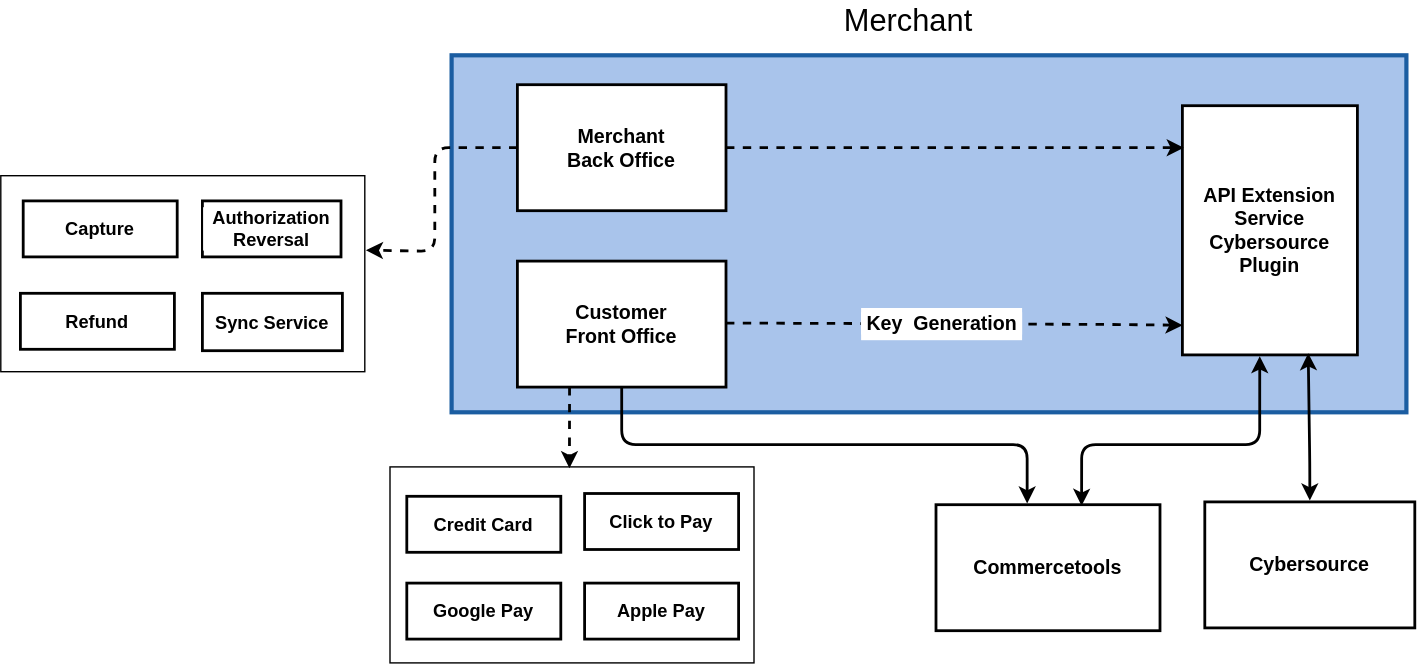
Earlier version of the draw.io export docs/images/High-Level-Architecture.svg (CyberSource/cybersource-plugins-commercetools). Source tidied: cells renumbered, new cells last; positions are measured from the earlier drawing's top-left corner, leaving out a move shared by most shapes. Its diagram source:
```xml
<mxGraphModel>
  <root>
    <mxCell id="0" />
    <mxCell id="1" parent="0" />
    <mxCell id="2" style="rounded=0;whiteSpace=wrap;html=1;fillColor=#A9C4EB;strokeColor=#1B5DA1;strokeWidth=3;" parent="1" vertex="1">
      <mxGeometry x="322" y="39" width="682" height="255" as="geometry" />
    </mxCell>
    <mxCell id="3" style="rounded=1;orthogonalLoop=1;jettySize=auto;html=1;exitX=1;exitY=0.5;exitDx=0;exitDy=0;entryX=0.001;entryY=0.885;entryDx=0;entryDy=0;dashed=1;strokeColor=#000000;strokeWidth=2;entryPerimeter=0;" parent="1" edge="1">
      <mxGeometry relative="1" as="geometry">
        <mxPoint x="518" y="230.2" as="sourcePoint" />
        <mxPoint x="844.1" y="231.8" as="targetPoint" />
        <Array as="points">
          <mxPoint x="789" y="231.2" />
        </Array>
      </mxGeometry>
    </mxCell>
    <mxCell id="4" value="&lt;font style=&quot;font-size: 14px ; background-color: rgb(255 , 255 , 255) ; line-height: 1.7&quot;&gt;&lt;b&gt;&amp;nbsp;Key&amp;nbsp; Generation&amp;nbsp;&lt;/b&gt;&lt;/font&gt;" style="edgeLabel;html=1;align=center;verticalAlign=middle;" parent="3" vertex="1">
      <mxGeometry x="-0.13" y="-2" relative="1" as="geometry">
        <mxPoint x="10" y="-2" as="offset" />
      </mxGeometry>
    </mxCell>
    <mxCell id="5" value="&lt;font style=&quot;font-size: 14px&quot;&gt;&lt;b&gt;Customer&lt;br&gt;Front Office&lt;/b&gt;&lt;/font&gt;" style="rounded=0;whiteSpace=wrap;html=1;strokeWidth=2;" parent="1" vertex="1">
      <mxGeometry x="369" y="186" width="149" height="90" as="geometry" />
    </mxCell>
    <mxCell id="6" value="&lt;span style=&quot;font-size: 14px&quot;&gt;&lt;b&gt;API &lt;font style=&quot;font-size: 14px&quot;&gt;Extension &lt;/font&gt;Service&lt;br&gt;Cybersource Plugin&lt;/b&gt;&lt;br&gt;&lt;/span&gt;" style="rounded=0;whiteSpace=wrap;html=1;strokeWidth=2;" parent="1" vertex="1">
      <mxGeometry x="844" y="75" width="125" height="178" as="geometry" />
    </mxCell>
    <mxCell id="7" style="edgeStyle=none;rounded=0;orthogonalLoop=1;jettySize=auto;html=1;exitX=1;exitY=0.5;exitDx=0;exitDy=0;dashed=1;fontSize=14;strokeColor=#000000;" parent="1" edge="1">
      <mxGeometry relative="1" as="geometry">
        <mxPoint x="712.9" y="441" as="sourcePoint" />
        <mxPoint x="712.9" y="441" as="targetPoint" />
      </mxGeometry>
    </mxCell>
    <mxCell id="8" style="rounded=0;whiteSpace=wrap;html=1;labelBackgroundColor=#FFFFFF;fontSize=14;" parent="1" vertex="1">
      <mxGeometry x="278" y="333" width="260" height="140" as="geometry" />
    </mxCell>
    <mxCell id="9" style="edgeStyle=orthogonalEdgeStyle;rounded=1;jumpStyle=arc;jumpSize=20;jettySize=auto;html=1;exitX=0.407;exitY=-0.01;exitDx=0;exitDy=0;fontSize=22;startArrow=classic;startFill=1;endArrow=none;endFill=0;strokeColor=#000000;strokeWidth=2;entryX=0.5;entryY=1;entryDx=0;entryDy=0;exitPerimeter=0;" parent="1" edge="1" source="10" target="5">
      <mxGeometry relative="1" as="geometry">
        <Array as="points">
          <mxPoint x="733" y="317" />
          <mxPoint x="444" y="317" />
        </Array>
      </mxGeometry>
    </mxCell>
    <mxCell id="10" value="&lt;font style=&quot;font-size: 14px&quot;&gt;&lt;b&gt;Commercetools&lt;/b&gt;&lt;/font&gt;" style="rounded=0;whiteSpace=wrap;html=1;labelBackgroundColor=#FFFFFF;fontSize=14;strokeWidth=2;" parent="1" vertex="1">
      <mxGeometry x="668" y="360" width="160" height="90" as="geometry" />
    </mxCell>
    <mxCell id="11" value="&lt;font style=&quot;font-size: 14px&quot;&gt;&lt;b&gt;Cybersource&lt;/b&gt;&lt;/font&gt;" style="rounded=0;whiteSpace=wrap;html=1;labelBackgroundColor=#FFFFFF;fontSize=14;perimeterSpacing=1;strokeWidth=2;" parent="1" vertex="1">
      <mxGeometry x="860" y="358" width="150" height="90" as="geometry" />
    </mxCell>
    <mxCell id="12" value="&lt;b&gt;Credit Card&lt;/b&gt;" style="rounded=0;whiteSpace=wrap;html=1;labelBackgroundColor=#FFFFFF;fontSize=13;strokeWidth=2;" parent="1" vertex="1">
      <mxGeometry x="290" y="354" width="110" height="40" as="geometry" />
    </mxCell>
    <mxCell id="13" value="&lt;b&gt;Click to Pay&lt;/b&gt;" style="rounded=0;whiteSpace=wrap;html=1;labelBackgroundColor=#FFFFFF;fontSize=13;strokeWidth=2;" parent="1" vertex="1">
      <mxGeometry x="417" y="352" width="110" height="40" as="geometry" />
    </mxCell>
    <mxCell id="14" value="&lt;b&gt;Google Pay&lt;/b&gt;" style="rounded=0;whiteSpace=wrap;html=1;labelBackgroundColor=#FFFFFF;fontSize=13;strokeWidth=2;" parent="1" vertex="1">
      <mxGeometry x="290" y="416" width="110" height="40" as="geometry" />
    </mxCell>
    <mxCell id="15" value="&lt;b&gt;Apple Pay&lt;/b&gt;" style="rounded=0;whiteSpace=wrap;html=1;labelBackgroundColor=#FFFFFF;fontSize=13;strokeWidth=2;" parent="1" vertex="1">
      <mxGeometry x="417" y="416" width="110" height="40" as="geometry" />
    </mxCell>
    <mxCell id="16" style="edgeStyle=none;rounded=1;jettySize=auto;html=1;fontSize=14;strokeColor=#000000;strokeWidth=2;dashed=1;exitX=0.25;exitY=1;exitDx=0;exitDy=0;entryX=0.493;entryY=0.007;entryDx=0;entryDy=0;entryPerimeter=0;" parent="1" edge="1" source="5" target="8">
      <mxGeometry relative="1" as="geometry" />
    </mxCell>
    <mxCell id="17" value="&lt;font style=&quot;font-size: 22px&quot;&gt;Merchant&lt;/font&gt;" style="text;html=1;align=center;verticalAlign=middle;strokeColor=none;fillColor=none;fontSize=14;" parent="1" vertex="1">
      <mxGeometry x="593" width="110" height="30" as="geometry" />
    </mxCell>
    <mxCell id="18" style="endArrow=classic;html=1;rounded=1;fontSize=22;strokeColor=#000000;strokeWidth=2;jumpStyle=arc;jumpSize=20;edgeStyle=orthogonalEdgeStyle;startArrow=classic;startFill=1;exitX=0.65;exitY=0.009;exitDx=0;exitDy=0;exitPerimeter=0;entryX=0.442;entryY=1.005;entryDx=0;entryDy=0;entryPerimeter=0;" parent="1" edge="1" source="10" target="6">
      <mxGeometry relative="1" as="geometry">
        <Array as="points">
          <mxPoint x="772" y="317" />
          <mxPoint x="900" y="317" />
        </Array>
      </mxGeometry>
    </mxCell>
    <mxCell id="19" style="endArrow=classic;startArrow=classic;html=1;rounded=1;exitX=0.5;exitY=0;exitDx=0;exitDy=0;strokeWidth=2;entryX=0.719;entryY=0.993;entryDx=0;entryDy=0;entryPerimeter=0;" parent="1" edge="1" source="11" target="6">
      <mxGeometry relative="1" as="geometry">
        <Array as="points">
          <mxPoint x="935" y="331" />
        </Array>
      </mxGeometry>
    </mxCell>
    <mxCell id="20" value="&lt;span style=&quot;font-size: 14px&quot;&gt;&lt;b&gt;Merchant &lt;br&gt;Back Office&lt;/b&gt;&lt;/span&gt;" style="rounded=0;whiteSpace=wrap;html=1;strokeWidth=2;" parent="1" vertex="1">
      <mxGeometry x="369" y="60" width="149" height="90" as="geometry" />
    </mxCell>
    <mxCell id="21" style="rounded=0;whiteSpace=wrap;html=1;labelBackgroundColor=#FFFFFF;fontSize=14;" parent="1" vertex="1">
      <mxGeometry y="125" width="260" height="140" as="geometry" />
    </mxCell>
    <mxCell id="22" value="&lt;b&gt;Capture&lt;/b&gt;" style="rounded=0;whiteSpace=wrap;html=1;labelBackgroundColor=#FFFFFF;fontSize=13;strokeWidth=2;" parent="1" vertex="1">
      <mxGeometry x="16" y="143" width="110" height="40" as="geometry" />
    </mxCell>
    <mxCell id="23" value="&lt;b&gt;Authorization Reversal&lt;/b&gt;" style="rounded=0;whiteSpace=wrap;html=1;labelBackgroundColor=#FFFFFF;fontSize=13;strokeWidth=2;" parent="1" vertex="1">
      <mxGeometry x="144" y="143" width="99" height="40" as="geometry" />
    </mxCell>
    <mxCell id="24" value="&lt;b&gt;Refund&lt;/b&gt;" style="rounded=0;whiteSpace=wrap;html=1;labelBackgroundColor=#FFFFFF;fontSize=13;strokeWidth=2;" parent="1" vertex="1">
      <mxGeometry x="14" y="209" width="110" height="40" as="geometry" />
    </mxCell>
    <mxCell id="25" value="&lt;b&gt;Sync Service&lt;/b&gt;" style="rounded=0;whiteSpace=wrap;html=1;labelBackgroundColor=#FFFFFF;fontSize=13;strokeWidth=2;" parent="1" vertex="1">
      <mxGeometry x="144" y="209" width="100" height="41" as="geometry" />
    </mxCell>
    <mxCell id="26" style="endArrow=classic;html=1;rounded=1;dashed=1;strokeWidth=2;entryX=1.003;entryY=0.38;entryDx=0;entryDy=0;entryPerimeter=0;exitX=0;exitY=0.5;exitDx=0;exitDy=0;" parent="1" edge="1" source="20" target="21">
      <mxGeometry relative="1" as="geometry">
        <Array as="points">
          <mxPoint x="310" y="105" />
          <mxPoint x="310" y="179" />
        </Array>
      </mxGeometry>
    </mxCell>
    <mxCell id="27" style="endArrow=classic;html=1;rounded=1;dashed=1;strokeWidth=2;exitX=1;exitY=0.5;exitDx=0;exitDy=0;" parent="1" edge="1" source="20">
      <mxGeometry relative="1" as="geometry">
        <mxPoint x="845" y="105" as="targetPoint" />
      </mxGeometry>
    </mxCell>
  </root>
</mxGraphModel>
```
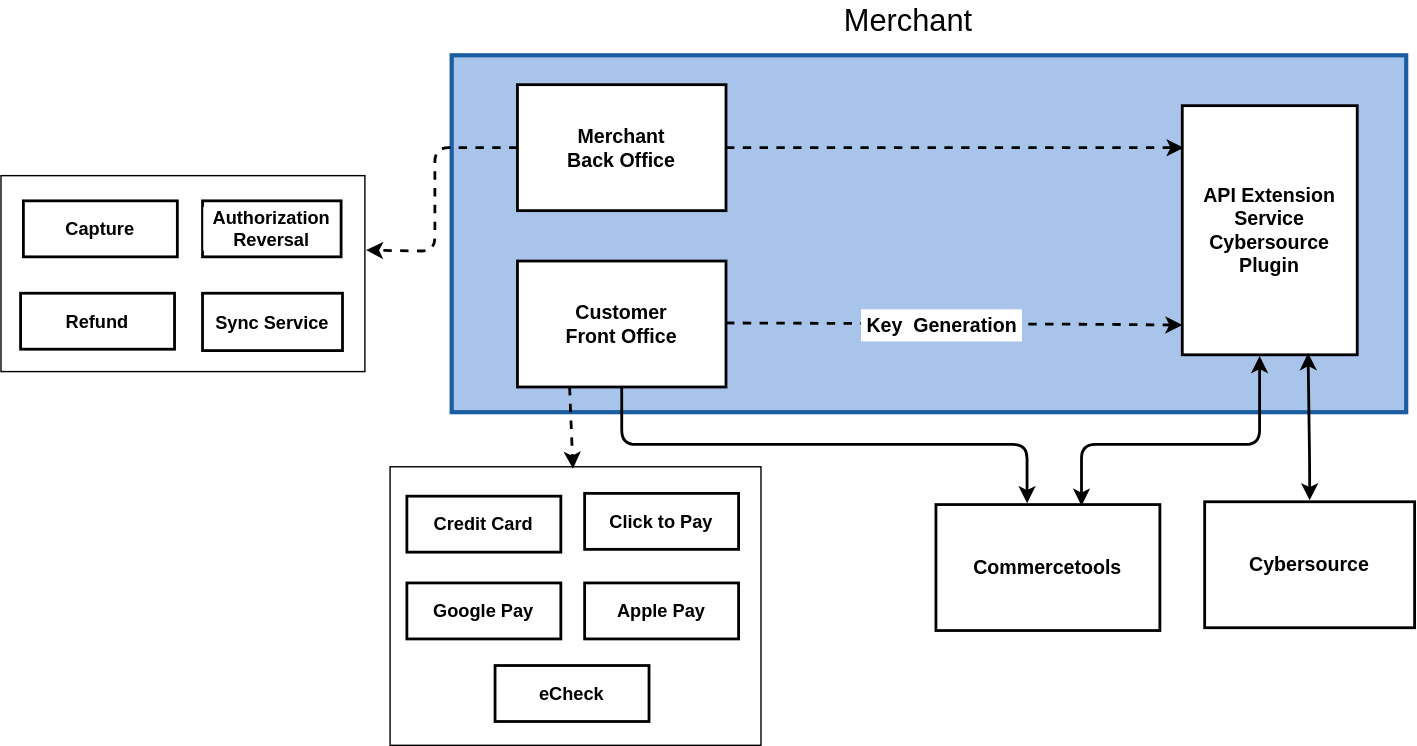
Later version of the same file.

Diff of the diagram source:
```diff
@@ -32,7 +32,7 @@
       </mxGeometry>
     </mxCell>
     <mxCell id="8" style="rounded=0;whiteSpace=wrap;html=1;labelBackgroundColor=#FFFFFF;fontSize=14;" parent="1" vertex="1">
-      <mxGeometry x="278" y="333" width="260" height="140" as="geometry" />
+      <mxGeometry x="278" y="333" width="265" height="199" as="geometry" />
     </mxCell>
     <mxCell id="9" style="edgeStyle=orthogonalEdgeStyle;rounded=1;jumpStyle=arc;jumpSize=20;jettySize=auto;html=1;exitX=0.407;exitY=-0.01;exitDx=0;exitDy=0;fontSize=22;startArrow=classic;startFill=1;endArrow=none;endFill=0;strokeColor=#000000;strokeWidth=2;entryX=0.5;entryY=1;entryDx=0;entryDy=0;exitPerimeter=0;" parent="1" edge="1" source="10" target="5">
       <mxGeometry relative="1" as="geometry">
@@ -112,5 +112,8 @@
         <mxPoint x="845" y="105" as="targetPoint" />
       </mxGeometry>
     </mxCell>
+    <mxCell id="28" value="&lt;b&gt;eCheck&lt;/b&gt;" style="rounded=0;whiteSpace=wrap;html=1;labelBackgroundColor=#FFFFFF;fontSize=13;strokeWidth=2;" parent="1" vertex="1">
+      <mxGeometry x="353" y="475" width="110" height="40" as="geometry" />
+    </mxCell>
   </root>
 </mxGraphModel>
```
